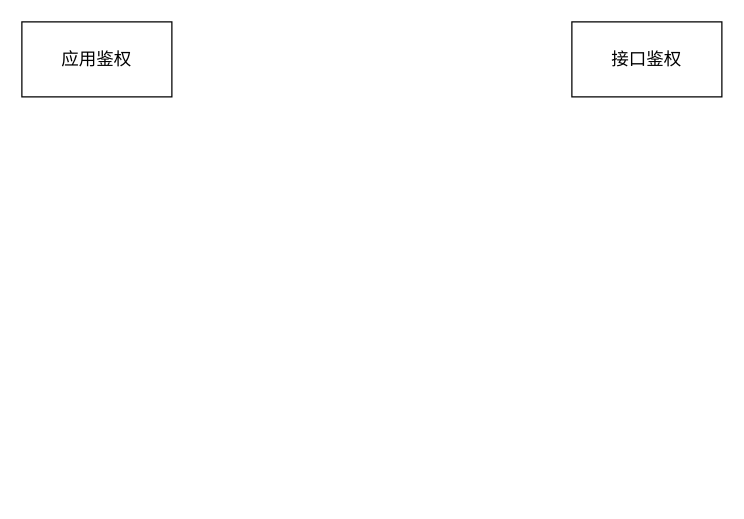
The draw.io diagram study_workplace/CRM/接口资源鉴权.drawio in guoxinchen2g/HelloWrold, before the edit. Source tidied: cells renumbered, new cells numbered last; positions are measured from the earlier drawing's top-left corner, leaving out a move shared by most shapes. Both pictures are drawn from the tidied source at 125%, with x=0, y=0 at pixel (21, 21).
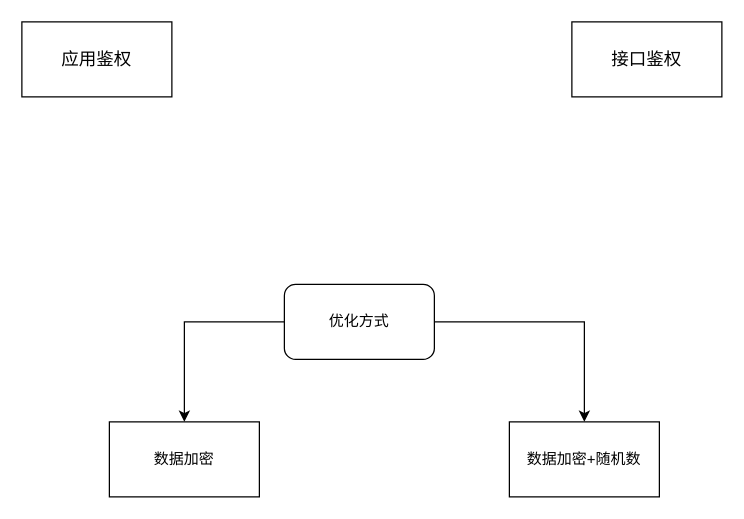
The same diagram, later.

Commit message:
更新接口资源鉴权.drawio

The edit, as a diff of the source:
```diff
@@
 <mxGraphModel>
   <root>
     <mxCell id="0" />
     <mxCell id="1" parent="0" />
     <mxCell id="2" value="应用鉴权" style="rounded=0;whiteSpace=wrap;html=1;fontSize=14;" parent="1" vertex="1">
       <mxGeometry width="120" height="60" as="geometry" />
     </mxCell>
     <mxCell id="3" value="接口鉴权" style="rounded=0;whiteSpace=wrap;html=1;fontSize=14;" parent="1" vertex="1">
       <mxGeometry x="440" width="120" height="60" as="geometry" />
     </mxCell>
+    <mxCell id="4" style="edgeStyle=orthogonalEdgeStyle;rounded=0;jettySize=auto;html=1;entryX=0.5;entryY=0;entryDx=0;entryDy=0;" parent="1" edge="1" source="6" target="7">
+      <mxGeometry relative="1" as="geometry" />
+    </mxCell>
+    <mxCell id="5" style="edgeStyle=orthogonalEdgeStyle;rounded=0;jettySize=auto;html=1;entryX=0.5;entryY=0;entryDx=0;entryDy=0;" parent="1" edge="1" source="6" target="8">
+      <mxGeometry relative="1" as="geometry" />
+    </mxCell>
+    <mxCell id="6" value="优化方式" style="rounded=1;whiteSpace=wrap;html=1;" parent="1" vertex="1">
+      <mxGeometry x="210" y="210" width="120" height="60" as="geometry" />
+    </mxCell>
+    <mxCell id="7" value="数据加密" style="rounded=0;whiteSpace=wrap;html=1;" parent="1" vertex="1">
+      <mxGeometry x="70" y="320" width="120" height="60" as="geometry" />
+    </mxCell>
+    <mxCell id="8" value="数据加密+随机数" style="rounded=0;whiteSpace=wrap;html=1;" parent="1" vertex="1">
+      <mxGeometry x="390" y="320" width="120" height="60" as="geometry" />
+    </mxCell>
   </root>
 </mxGraphModel>
```
